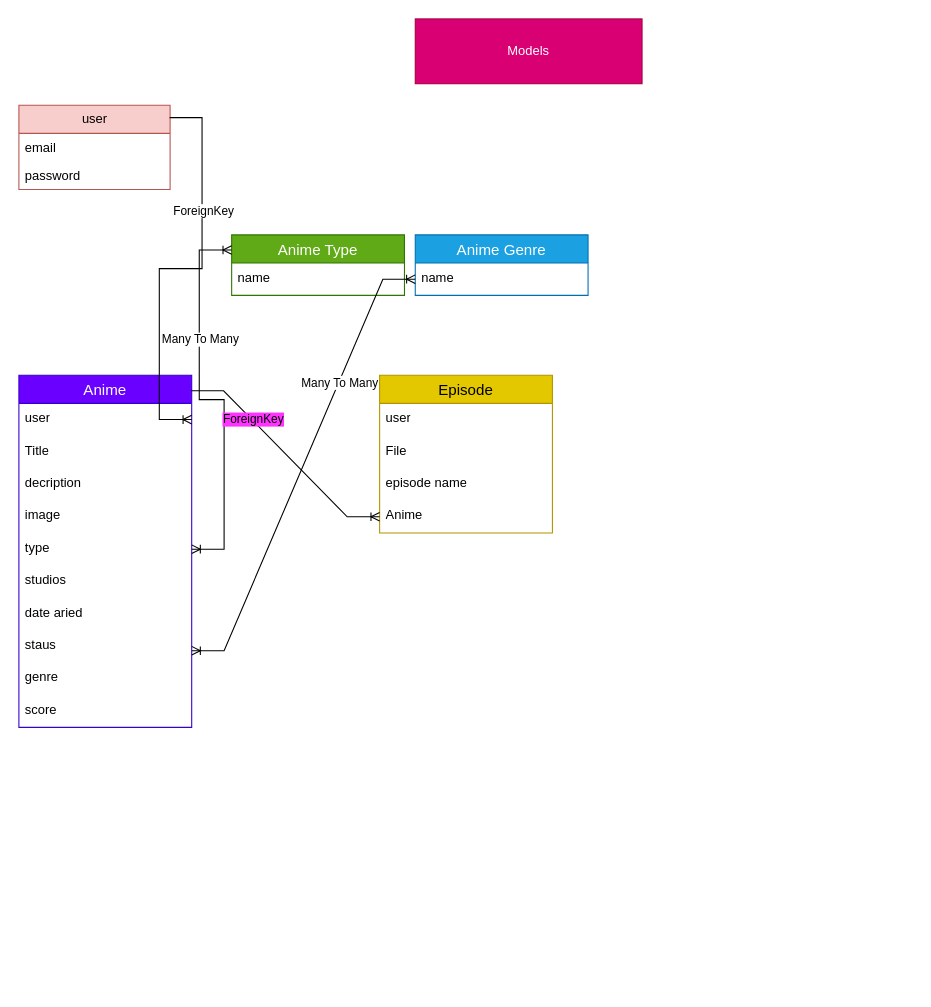
Earlier version of the draw.io diagram Untitled Diagram.drawio (Abolfazlsi/Reyo-Film). Source tidied: cells renumbered, new cells numbered last; positions are measured from the earlier drawing's top-left corner, leaving out a move shared by most shapes. Both pictures are drawn from the tidied source at 108%, with x=0, y=0 at pixel (18, 18).
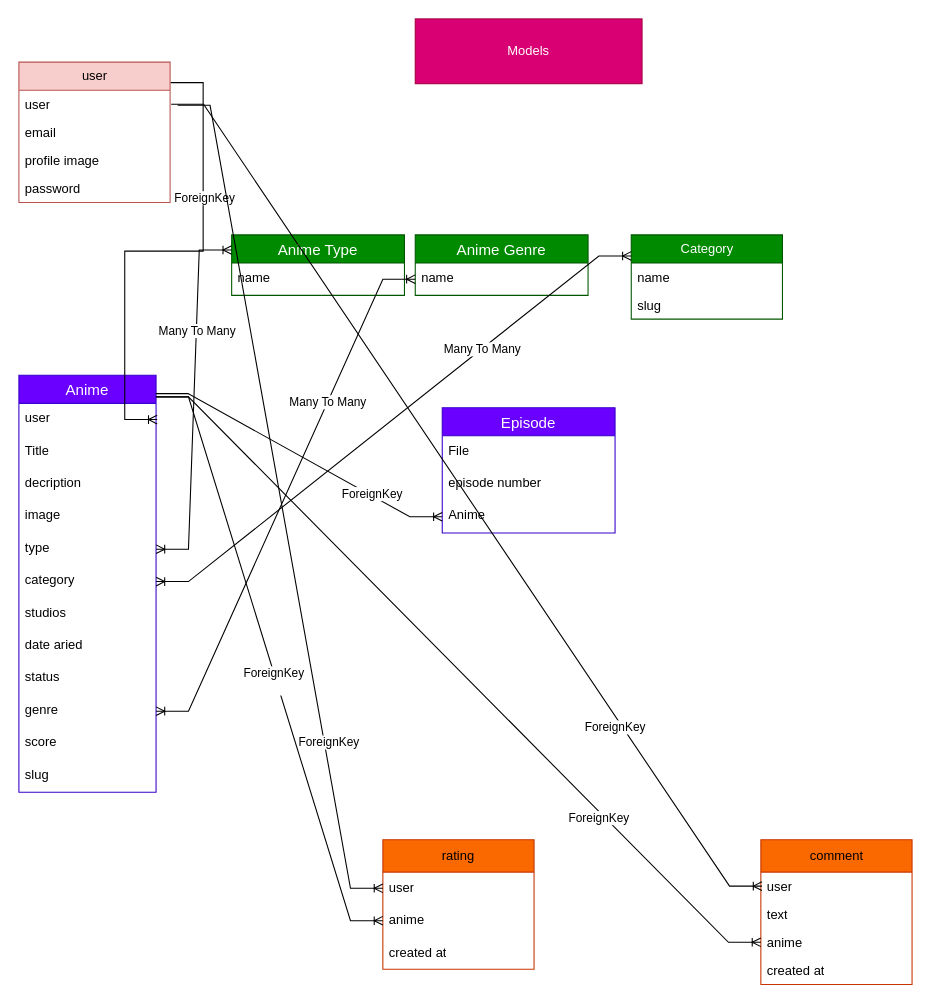
The same page after the edit.

The change refers to these unchanged cells:
```xml
<mxCell id="24" value="name" style="text;strokeColor=none;fillColor=none;spacingLeft=4;spacingRight=4;overflow=hidden;points=[[0,0.5],[1,0.5]];portConstraint=eastwest;fontSize=12;whiteSpace=wrap;html=1;" parent="23" vertex="1">
  <mxGeometry y="26" width="160" height="30" as="geometry" />
</mxCell>
<mxCell id="32" style="edgeStyle=entityRelationEdgeStyle;fontSize=12;html=1;endArrow=ERoneToMany;rounded=0;entryX=0;entryY=0.5;entryDx=0;entryDy=0;exitX=0.997;exitY=0.044;exitDx=0;exitDy=0;exitPerimeter=0;" parent="1" edge="1" source="5" target="31">
  <mxGeometry relative="1" as="geometry" />
</mxCell>
```

Change to the diagram source:
```diff
@@
     <mxCell id="2" value="user" style="swimlane;fontStyle=0;horizontal=1;startSize=26;fillColor=#f8cecc;html=1;strokeColor=#b85450;" parent="1" vertex="1">
-      <mxGeometry y="80" width="140" height="78" as="geometry" />
+      <mxGeometry y="40" width="140" height="130" as="geometry" />
     </mxCell>
-    <mxCell id="3" value="email" style="text;align=left;verticalAlign=top;spacingLeft=4;spacingRight=4;overflow=hidden;whiteSpace=wrap;html=1;" parent="2" vertex="1">
+    <mxCell id="3" value="user" style="text;align=left;verticalAlign=top;spacingLeft=4;spacingRight=4;overflow=hidden;whiteSpace=wrap;html=1;" parent="2" vertex="1">
       <mxGeometry y="26" width="140" height="26" as="geometry" />
     </mxCell>
+    <mxCell id="34" value="email" style="text;align=left;verticalAlign=top;spacingLeft=4;spacingRight=4;overflow=hidden;whiteSpace=wrap;html=1;" parent="2" vertex="1">
+      <mxGeometry y="52" width="140" height="26" as="geometry" />
+    </mxCell>
+    <mxCell id="35" value="profile image" style="text;align=left;verticalAlign=top;spacingLeft=4;spacingRight=4;overflow=hidden;whiteSpace=wrap;html=1;" parent="2" vertex="1">
+      <mxGeometry y="78" width="140" height="26" as="geometry" />
+    </mxCell>
     <mxCell id="4" value="password" style="text;strokeColor=none;fillColor=none;align=left;verticalAlign=top;spacingLeft=4;spacingRight=4;overflow=hidden;whiteSpace=wrap;html=1;" parent="2" vertex="1">
-      <mxGeometry y="52" width="140" height="26" as="geometry" />
+      <mxGeometry y="104" width="140" height="26" as="geometry" />
     </mxCell>
     <mxCell id="5" value="Anime" style="swimlane;fontStyle=0;horizontal=1;startSize=26;align=center;fontSize=14;fillColor=#6a00ff;fontColor=#ffffff;strokeColor=#3700CC;" parent="1" vertex="1">
-      <mxGeometry y="330" width="160" height="326" as="geometry" />
+      <mxGeometry y="330" width="127" height="386" as="geometry" />
     </mxCell>
     <mxCell id="6" value="user" style="text;strokeColor=none;fillColor=none;spacingLeft=4;spacingRight=4;overflow=hidden;points=[[0,0.5],[1,0.5]];portConstraint=eastwest;fontSize=12;whiteSpace=wrap;html=1;" parent="5" vertex="1">
-      <mxGeometry y="26" width="160" height="30" as="geometry" />
+      <mxGeometry y="26" width="127" height="30" as="geometry" />
     </mxCell>
-    <mxCell id="7" style="edgeStyle=entityRelationEdgeStyle;fontSize=12;html=1;endArrow=ERoneToMany;rounded=0;entryX=1;entryY=0.5;entryDx=0;entryDy=0;exitX=0.997;exitY=0.146;exitDx=0;exitDy=0;exitPerimeter=0;" parent="5" edge="1" source="2" target="6">
-      <mxGeometry relative="1" as="geometry" />
+    <mxCell id="7" style="edgeStyle=entityRelationEdgeStyle;fontSize=12;html=1;endArrow=ERoneToMany;rounded=0;entryX=1;entryY=0.5;entryDx=0;entryDy=0;exitX=0.997;exitY=0.146;exitDx=0;exitDy=0;exitPerimeter=0;" parent="5" edge="1">
+      <mxGeometry relative="1" as="geometry">
+        <mxPoint x="140.6" y="-271" as="sourcePoint" />
+        <mxPoint x="128" y="41" as="targetPoint" />
+        <Array as="points">
+          <mxPoint x="168" y="-190" />
+          <mxPoint x="158" y="-190" />
+        </Array>
+      </mxGeometry>
     </mxCell>
@@
     <mxCell id="9" value="Title" style="text;strokeColor=none;fillColor=none;spacingLeft=4;spacingRight=4;overflow=hidden;fontSize=12;whiteSpace=wrap;html=1;" parent="5" vertex="1">
-      <mxGeometry y="56" width="160" height="30" as="geometry" />
+      <mxGeometry y="56" width="127" height="30" as="geometry" />
     </mxCell>
     <mxCell id="10" value="decription" style="text;strokeColor=none;fillColor=none;spacingLeft=4;spacingRight=4;overflow=hidden;fontSize=12;whiteSpace=wrap;html=1;" parent="5" vertex="1">
-      <mxGeometry y="86" width="160" height="30" as="geometry" />
+      <mxGeometry y="86" width="127" height="30" as="geometry" />
     </mxCell>
     <mxCell id="11" value="image" style="text;strokeColor=none;fillColor=none;spacingLeft=4;spacingRight=4;overflow=hidden;fontSize=12;whiteSpace=wrap;html=1;" parent="5" vertex="1">
-      <mxGeometry y="116" width="160" height="30" as="geometry" />
+      <mxGeometry y="116" width="127" height="30" as="geometry" />
     </mxCell>
     <mxCell id="12" value="type" style="text;strokeColor=none;fillColor=none;spacingLeft=4;spacingRight=4;overflow=hidden;points=[[0,0.5],[1,0.5]];portConstraint=eastwest;fontSize=12;whiteSpace=wrap;html=1;" parent="5" vertex="1">
-      <mxGeometry y="146" width="160" height="30" as="geometry" />
+      <mxGeometry y="146" width="127" height="30" as="geometry" />
     </mxCell>
+    <mxCell id="36" value="category" style="text;strokeColor=none;fillColor=none;spacingLeft=4;spacingRight=4;overflow=hidden;points=[[0,0.5],[1,0.5]];portConstraint=eastwest;fontSize=12;whiteSpace=wrap;html=1;" parent="5" vertex="1">
+      <mxGeometry y="176" width="127" height="30" as="geometry" />
+    </mxCell>
     <mxCell id="13" value="studios" style="text;strokeColor=none;fillColor=none;spacingLeft=4;spacingRight=4;overflow=hidden;fontSize=12;whiteSpace=wrap;html=1;" parent="5" vertex="1">
-      <mxGeometry y="176" width="160" height="30" as="geometry" />
+      <mxGeometry y="206" width="127" height="30" as="geometry" />
     </mxCell>
     <mxCell id="14" value="date aried" style="text;strokeColor=none;fillColor=none;spacingLeft=4;spacingRight=4;overflow=hidden;fontSize=12;whiteSpace=wrap;html=1;" parent="5" vertex="1">
-      <mxGeometry y="206" width="160" height="30" as="geometry" />
+      <mxGeometry y="236" width="127" height="30" as="geometry" />
     </mxCell>
-    <mxCell id="15" value="staus" style="text;strokeColor=none;fillColor=none;spacingLeft=4;spacingRight=4;overflow=hidden;fontSize=12;whiteSpace=wrap;html=1;" parent="5" vertex="1">
-      <mxGeometry y="236" width="160" height="30" as="geometry" />
+    <mxCell id="15" value="status" style="text;strokeColor=none;fillColor=none;spacingLeft=4;spacingRight=4;overflow=hidden;fontSize=12;whiteSpace=wrap;html=1;" parent="5" vertex="1">
+      <mxGeometry y="266" width="127" height="30" as="geometry" />
     </mxCell>
     <mxCell id="16" value="genre" style="text;strokeColor=none;fillColor=none;spacingLeft=4;spacingRight=4;overflow=hidden;points=[[0,0.5],[1,0.5]];portConstraint=eastwest;fontSize=12;whiteSpace=wrap;html=1;" parent="5" vertex="1">
-      <mxGeometry y="266" width="160" height="30" as="geometry" />
+      <mxGeometry y="296" width="127" height="30" as="geometry" />
     </mxCell>
     <mxCell id="17" value="score" style="text;strokeColor=none;fillColor=none;spacingLeft=4;spacingRight=4;overflow=hidden;fontSize=12;whiteSpace=wrap;html=1;" parent="5" vertex="1">
-      <mxGeometry y="296" width="160" height="30" as="geometry" />
+      <mxGeometry y="326" width="127" height="30" as="geometry" />
     </mxCell>
+    <mxCell id="37" value="slug" style="text;strokeColor=none;fillColor=none;spacingLeft=4;spacingRight=4;overflow=hidden;fontSize=12;whiteSpace=wrap;html=1;" parent="5" vertex="1">
+      <mxGeometry y="356" width="127" height="30" as="geometry" />
+    </mxCell>
@@
-    <mxCell id="19" value="Anime Type" style="swimlane;fontStyle=0;horizontal=1;startSize=26;align=center;fontSize=14;fillColor=#60a917;fontColor=#ffffff;strokeColor=#2D7600;" parent="1" vertex="1">
+    <mxCell id="19" value="Anime Type" style="swimlane;fontStyle=0;horizontal=1;startSize=26;align=center;fontSize=14;fillColor=#008a00;fontColor=#ffffff;strokeColor=#005700;" parent="1" vertex="1">
       <mxGeometry x="197" y="200" width="160" height="56" as="geometry" />
     </mxCell>
@@
-    <mxCell id="23" value="Anime Genre" style="swimlane;fontStyle=0;horizontal=1;startSize=26;align=center;fontSize=14;fillColor=#1ba1e2;fontColor=#ffffff;strokeColor=#006EAF;" parent="1" vertex="1">
+    <mxCell id="23" value="Anime Genre" style="swimlane;fontStyle=0;horizontal=1;startSize=26;align=center;fontSize=14;fillColor=#008a00;fontColor=#ffffff;strokeColor=#005700;" parent="1" vertex="1">
       <mxGeometry x="367" y="200" width="160" height="56" as="geometry" />
     </mxCell>
@@
-    <mxCell id="25" style="edgeStyle=entityRelationEdgeStyle;fontSize=12;html=1;endArrow=ERoneToMany;startArrow=ERoneToMany;rounded=0;exitX=1;exitY=0.5;exitDx=0;exitDy=0;entryX=0;entryY=0.5;entryDx=0;entryDy=0;" parent="1" edge="1" target="24">
-      <mxGeometry relative="1" as="geometry">
-        <mxPoint x="160" y="585" as="sourcePoint" />
-      </mxGeometry>
+    <mxCell id="25" style="edgeStyle=entityRelationEdgeStyle;fontSize=12;html=1;endArrow=ERoneToMany;startArrow=ERoneToMany;rounded=0;exitX=1;exitY=0.5;exitDx=0;exitDy=0;entryX=0;entryY=0.5;entryDx=0;entryDy=0;" parent="1" edge="1" source="16" target="24">
+      <mxGeometry relative="1" as="geometry" />
     </mxCell>
@@
-    <mxCell id="27" value="Episode" style="swimlane;fontStyle=0;horizontal=1;startSize=26;align=center;fontSize=14;fillColor=#e3c800;fontColor=#000000;strokeColor=#B09500;" parent="1" vertex="1">
-      <mxGeometry x="334" y="330" width="160" height="146" as="geometry" />
+    <mxCell id="27" value="Episode" style="swimlane;fontStyle=0;horizontal=1;startSize=26;align=center;fontSize=14;fillColor=#6a00ff;fontColor=#ffffff;strokeColor=#3700CC;" parent="1" vertex="1">
+      <mxGeometry x="392" y="360" width="160" height="116" as="geometry" />
     </mxCell>
-    <mxCell id="28" value="user" style="text;strokeColor=none;fillColor=none;spacingLeft=4;spacingRight=4;overflow=hidden;fontSize=12;whiteSpace=wrap;html=1;" parent="27" vertex="1">
-      <mxGeometry y="26" width="160" height="30" as="geometry" />
-    </mxCell>
     <mxCell id="29" value="File" style="text;strokeColor=none;fillColor=none;spacingLeft=4;spacingRight=4;overflow=hidden;fontSize=12;whiteSpace=wrap;html=1;" parent="27" vertex="1">
-      <mxGeometry y="56" width="160" height="30" as="geometry" />
+      <mxGeometry y="26" width="160" height="30" as="geometry" />
     </mxCell>
-    <mxCell id="30" value="episode name" style="text;strokeColor=none;fillColor=none;spacingLeft=4;spacingRight=4;overflow=hidden;fontSize=12;whiteSpace=wrap;html=1;" parent="27" vertex="1">
-      <mxGeometry y="86" width="160" height="30" as="geometry" />
+    <mxCell id="30" value="episode number" style="text;strokeColor=none;fillColor=none;spacingLeft=4;spacingRight=4;overflow=hidden;fontSize=12;whiteSpace=wrap;html=1;" parent="27" vertex="1">
+      <mxGeometry y="56" width="160" height="30" as="geometry" />
     </mxCell>
     <mxCell id="31" value="Anime" style="text;strokeColor=none;fillColor=none;spacingLeft=4;spacingRight=4;overflow=hidden;points=[[0,0.5],[1,0.5]];portConstraint=eastwest;fontSize=12;whiteSpace=wrap;html=1;" parent="27" vertex="1">
-      <mxGeometry y="116" width="160" height="30" as="geometry" />
+      <mxGeometry y="86" width="160" height="30" as="geometry" />
     </mxCell>
@@
-    <mxCell id="33" value="ForeignKey" style="edgeLabel;html=1;align=center;verticalAlign=middle;labelBackgroundColor=#FF33FF;" parent="32" vertex="1">
-      <mxGeometry x="-0.39" y="1" relative="1" as="geometry" />
-    </mxCell>
+    <mxCell id="38" value="ForeignKey" style="edgeLabel;html=1;align=center;verticalAlign=middle;" parent="32" vertex="1">
+      <mxGeometry y="1" relative="1" as="geometry">
+        <mxPoint x="67" y="37" as="offset" />
+      </mxGeometry>
+    </mxCell>
+    <mxCell id="39" value="Category" style="swimlane;fontStyle=0;horizontal=1;startSize=26;fillColor=#008a00;html=1;strokeColor=#005700;fontColor=#ffffff;" parent="1" vertex="1">
+      <mxGeometry x="567" y="200" width="140" height="78" as="geometry" />
+    </mxCell>
+    <mxCell id="40" value="name" style="text;strokeColor=none;fillColor=none;align=left;verticalAlign=top;spacingLeft=4;spacingRight=4;overflow=hidden;whiteSpace=wrap;html=1;" parent="39" vertex="1">
+      <mxGeometry y="26" width="140" height="26" as="geometry" />
+    </mxCell>
+    <mxCell id="41" value="slug" style="text;strokeColor=none;fillColor=none;align=left;verticalAlign=top;spacingLeft=4;spacingRight=4;overflow=hidden;whiteSpace=wrap;html=1;" parent="39" vertex="1">
+      <mxGeometry y="52" width="140" height="26" as="geometry" />
+    </mxCell>
+    <mxCell id="42" style="edgeStyle=entityRelationEdgeStyle;fontSize=12;html=1;endArrow=ERoneToMany;startArrow=ERoneToMany;rounded=0;exitX=1;exitY=0.5;exitDx=0;exitDy=0;entryX=0;entryY=0.25;entryDx=0;entryDy=0;" parent="1" edge="1" source="36" target="39">
+      <mxGeometry relative="1" as="geometry" />
+    </mxCell>
+    <mxCell id="43" value="Many To Many" style="edgeLabel;html=1;align=center;verticalAlign=middle;" parent="42" vertex="1">
+      <mxGeometry x="0.38" relative="1" as="geometry" />
+    </mxCell>
+    <mxCell id="44" value="comment" style="swimlane;fontStyle=0;horizontal=1;startSize=30;fillColor=#fa6800;html=1;strokeColor=#C73500;fontColor=#000000;" parent="1" vertex="1">
+      <mxGeometry x="687" y="760" width="140" height="134" as="geometry" />
+    </mxCell>
+    <mxCell id="45" value="user" style="text;strokeColor=none;fillColor=none;align=left;verticalAlign=top;spacingLeft=4;spacingRight=4;overflow=hidden;whiteSpace=wrap;html=1;" parent="44" vertex="1">
+      <mxGeometry y="30" width="140" height="26" as="geometry" />
+    </mxCell>
+    <mxCell id="46" value="text" style="text;strokeColor=none;fillColor=none;align=left;verticalAlign=top;spacingLeft=4;spacingRight=4;overflow=hidden;whiteSpace=wrap;html=1;" parent="44" vertex="1">
+      <mxGeometry y="56" width="140" height="26" as="geometry" />
+    </mxCell>
+    <mxCell id="47" value="anime" style="text;strokeColor=none;fillColor=none;align=left;verticalAlign=top;spacingLeft=4;spacingRight=4;overflow=hidden;points=[[0,0.5],[1,0.5]];portConstraint=eastwest;whiteSpace=wrap;html=1;" parent="44" vertex="1">
+      <mxGeometry y="82" width="140" height="26" as="geometry" />
+    </mxCell>
+    <mxCell id="48" value="created at" style="text;strokeColor=none;fillColor=none;align=left;verticalAlign=top;spacingLeft=4;spacingRight=4;overflow=hidden;whiteSpace=wrap;html=1;" parent="44" vertex="1">
+      <mxGeometry y="108" width="140" height="26" as="geometry" />
+    </mxCell>
+    <mxCell id="49" style="edgeStyle=entityRelationEdgeStyle;fontSize=12;html=1;endArrow=ERoneToMany;rounded=0;entryX=0;entryY=0.5;entryDx=0;entryDy=0;exitX=1;exitY=0.5;exitDx=0;exitDy=0;" parent="1" edge="1">
+      <mxGeometry relative="1" as="geometry">
+        <mxPoint x="141" y="79" as="sourcePoint" />
+        <mxPoint x="688" y="803" as="targetPoint" />
+        <Array as="points">
+          <mxPoint x="141" y="80" />
+        </Array>
+      </mxGeometry>
+    </mxCell>
+    <mxCell id="50" value="ForeignKey" style="edgeLabel;html=1;align=center;verticalAlign=middle;" parent="49" vertex="1">
+      <mxGeometry y="1" relative="1" as="geometry">
+        <mxPoint x="136" y="215" as="offset" />
+      </mxGeometry>
+    </mxCell>
+    <mxCell id="51" style="edgeStyle=entityRelationEdgeStyle;fontSize=12;html=1;endArrow=ERoneToMany;rounded=0;entryX=0;entryY=0.5;entryDx=0;entryDy=0;" parent="1" edge="1" target="47">
+      <mxGeometry relative="1" as="geometry">
+        <mxPoint x="127" y="350" as="sourcePoint" />
+      </mxGeometry>
+    </mxCell>
+    <mxCell id="52" value="ForeignKey" style="edgeLabel;html=1;align=center;verticalAlign=middle;" parent="51" vertex="1">
+      <mxGeometry y="1" relative="1" as="geometry">
+        <mxPoint x="129" y="138" as="offset" />
+      </mxGeometry>
+    </mxCell>
+    <mxCell id="53" value="rating" style="swimlane;fontStyle=0;horizontal=1;startSize=30;whiteSpace=wrap;html=1;fillColor=#fa6800;fontColor=#000000;strokeColor=#C73500;" parent="1" vertex="1">
+      <mxGeometry x="337" y="760" width="140" height="120" as="geometry" />
+    </mxCell>
+    <mxCell id="54" value="user" style="text;strokeColor=none;fillColor=none;align=left;verticalAlign=middle;spacingLeft=4;spacingRight=4;overflow=hidden;whiteSpace=wrap;html=1;" parent="53" vertex="1">
+      <mxGeometry y="30" width="140" height="30" as="geometry" />
+    </mxCell>
+    <mxCell id="55" value="anime" style="text;strokeColor=none;fillColor=none;align=left;verticalAlign=middle;spacingLeft=4;spacingRight=4;overflow=hidden;points=[[0,0.5],[1,0.5]];portConstraint=eastwest;whiteSpace=wrap;html=1;" parent="53" vertex="1">
+      <mxGeometry y="60" width="140" height="30" as="geometry" />
+    </mxCell>
+    <mxCell id="56" value="created at" style="text;strokeColor=none;fillColor=none;align=left;verticalAlign=middle;spacingLeft=4;spacingRight=4;overflow=hidden;whiteSpace=wrap;html=1;" parent="53" vertex="1">
+      <mxGeometry y="90" width="140" height="30" as="geometry" />
+    </mxCell>
+    <mxCell id="57" style="edgeStyle=entityRelationEdgeStyle;fontSize=12;html=1;endArrow=ERoneToMany;rounded=0;entryX=0;entryY=0.5;entryDx=0;entryDy=0;" parent="1" edge="1">
+      <mxGeometry relative="1" as="geometry">
+        <mxPoint x="147" y="80" as="sourcePoint" />
+        <mxPoint x="337" y="805" as="targetPoint" />
+      </mxGeometry>
+    </mxCell>
+    <mxCell id="58" value="ForeignKey" style="edgeLabel;html=1;align=center;verticalAlign=middle;" parent="57" vertex="1">
+      <mxGeometry y="1" relative="1" as="geometry">
+        <mxPoint x="44" y="227" as="offset" />
+      </mxGeometry>
+    </mxCell>
+    <mxCell id="59" style="edgeStyle=entityRelationEdgeStyle;fontSize=12;html=1;endArrow=ERoneToMany;rounded=0;entryX=0;entryY=0.5;entryDx=0;entryDy=0;" parent="1" edge="1" target="55">
+      <mxGeometry relative="1" as="geometry">
+        <mxPoint x="127" y="350" as="sourcePoint" />
+        <Array as="points">
+          <mxPoint x="337" y="1050" />
+        </Array>
+      </mxGeometry>
+    </mxCell>
+    <mxCell id="60" value="ForeignKey&lt;div&gt;&lt;br&gt;&lt;/div&gt;" style="edgeLabel;html=1;align=center;verticalAlign=middle;" parent="59" vertex="1">
+      <mxGeometry x="0.07" y="-3" relative="1" as="geometry" />
+    </mxCell>
```
